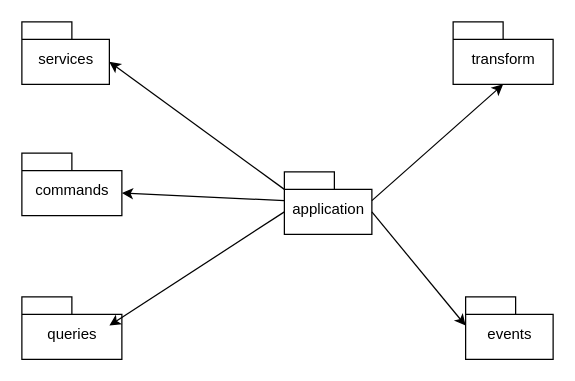
This is package_structure_application.drawio from fusionswap/graphs, a draw.io file, before an edit. Source tidied: cells renumbered, new cells numbered last; positions are measured from the earlier drawing's top-left corner, leaving out a move shared by most shapes. Both pictures are drawn from the tidied source at 125%, with x=0, y=0 at pixel (21, 21).
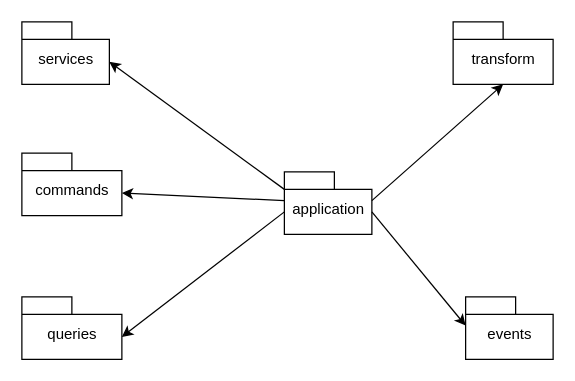
After the change.

Diff of the diagram source:
```diff
@@
 <mxGraphModel>
   <root>
     <mxCell id="0" />
     <mxCell id="1" parent="0" />
     <mxCell id="2" value="&lt;span style=&quot;font-weight: normal&quot;&gt;application&lt;/span&gt;" style="shape=folder;fontStyle=1;spacingTop=10;tabWidth=40;tabHeight=14;tabPosition=left;html=1;" parent="1" vertex="1">
       <mxGeometry x="210" y="120" width="70" height="50" as="geometry" />
     </mxCell>
     <mxCell id="3" value="&lt;span style=&quot;font-weight: normal&quot;&gt;services&lt;/span&gt;" style="shape=folder;fontStyle=1;spacingTop=10;tabWidth=40;tabHeight=14;tabPosition=left;html=1;" parent="1" vertex="1">
       <mxGeometry width="70" height="50" as="geometry" />
     </mxCell>
     <mxCell id="4" value="&lt;span style=&quot;font-weight: normal&quot;&gt;events&lt;/span&gt;" style="shape=folder;fontStyle=1;spacingTop=10;tabWidth=40;tabHeight=14;tabPosition=left;html=1;" parent="1" vertex="1">
       <mxGeometry x="355" y="220" width="70" height="50" as="geometry" />
     </mxCell>
     <mxCell id="5" value="&lt;span style=&quot;font-weight: normal&quot;&gt;queries&lt;/span&gt;" style="shape=folder;fontStyle=1;spacingTop=10;tabWidth=40;tabHeight=14;tabPosition=left;html=1;" parent="1" vertex="1">
       <mxGeometry y="220" width="80" height="50" as="geometry" />
     </mxCell>
     <mxCell id="6" value="&lt;span style=&quot;font-weight: normal&quot;&gt;transform&lt;/span&gt;" style="shape=folder;fontStyle=1;spacingTop=10;tabWidth=40;tabHeight=14;tabPosition=left;html=1;" parent="1" vertex="1">
       <mxGeometry x="345" width="80" height="50" as="geometry" />
     </mxCell>
     <mxCell id="7" style="endArrow=classic;html=1;entryX=0;entryY=0;entryDx=70;entryDy=32;entryPerimeter=0;exitX=0;exitY=0;exitDx=0;exitDy=14;exitPerimeter=0;" parent="1" edge="1" source="2" target="3">
       <mxGeometry relative="1" as="geometry" />
     </mxCell>
     <mxCell id="8" style="endArrow=classic;html=1;entryX=0;entryY=0;entryDx=0;entryDy=23;entryPerimeter=0;exitX=0;exitY=0;exitDx=70;exitDy=32;exitPerimeter=0;" parent="1" edge="1" source="2" target="4">
       <mxGeometry relative="1" as="geometry" />
     </mxCell>
-    <mxCell id="9" style="endArrow=classic;html=1;entryX=0;entryY=0;entryDx=70;entryDy=23;entryPerimeter=0;exitX=0;exitY=0;exitDx=0;exitDy=32;exitPerimeter=0;" parent="1" edge="1" source="2" target="5">
+    <mxCell id="9" style="endArrow=classic;html=1;exitX=0;exitY=0;exitDx=0;exitDy=32;exitPerimeter=0;entryX=0;entryY=0;entryDx=80;entryDy=32;entryPerimeter=0;" parent="1" edge="1" source="2" target="5">
       <mxGeometry relative="1" as="geometry" />
     </mxCell>
     <mxCell id="10" style="endArrow=classic;html=1;entryX=0.5;entryY=1;entryDx=0;entryDy=0;entryPerimeter=0;exitX=0;exitY=0;exitDx=70;exitDy=23;exitPerimeter=0;" parent="1" edge="1" source="2" target="6">
       <mxGeometry relative="1" as="geometry" />
     </mxCell>
     <mxCell id="11" value="&lt;span style=&quot;font-weight: normal&quot;&gt;commands&lt;/span&gt;" style="shape=folder;fontStyle=1;spacingTop=10;tabWidth=40;tabHeight=14;tabPosition=left;html=1;" parent="1" vertex="1">
       <mxGeometry y="105" width="80" height="50" as="geometry" />
     </mxCell>
     <mxCell id="12" style="endArrow=classic;html=1;entryX=0;entryY=0;entryDx=80;entryDy=32;entryPerimeter=0;exitX=0;exitY=0;exitDx=0;exitDy=23;exitPerimeter=0;" parent="1" edge="1" source="2" target="11">
       <mxGeometry relative="1" as="geometry" />
     </mxCell>
   </root>
 </mxGraphModel>
```
